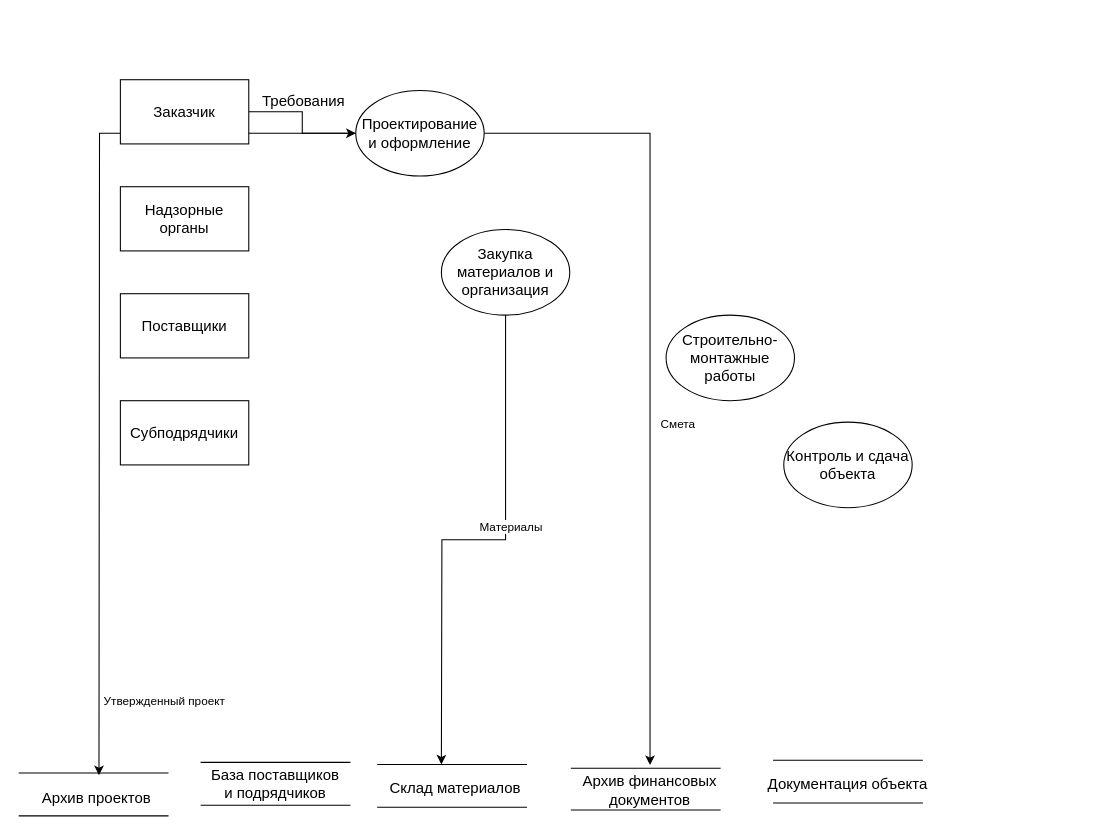
This is mbp22_1.drawio from v-tempe/draw.io, a draw.io file, before an edit. Source tidied: cells renumbered, new cells numbered last; positions are measured from the earlier drawing's top-left corner, leaving out a move shared by most shapes. Both pictures are drawn from the tidied source at 107%, with x=0, y=0 at pixel (18, 79).
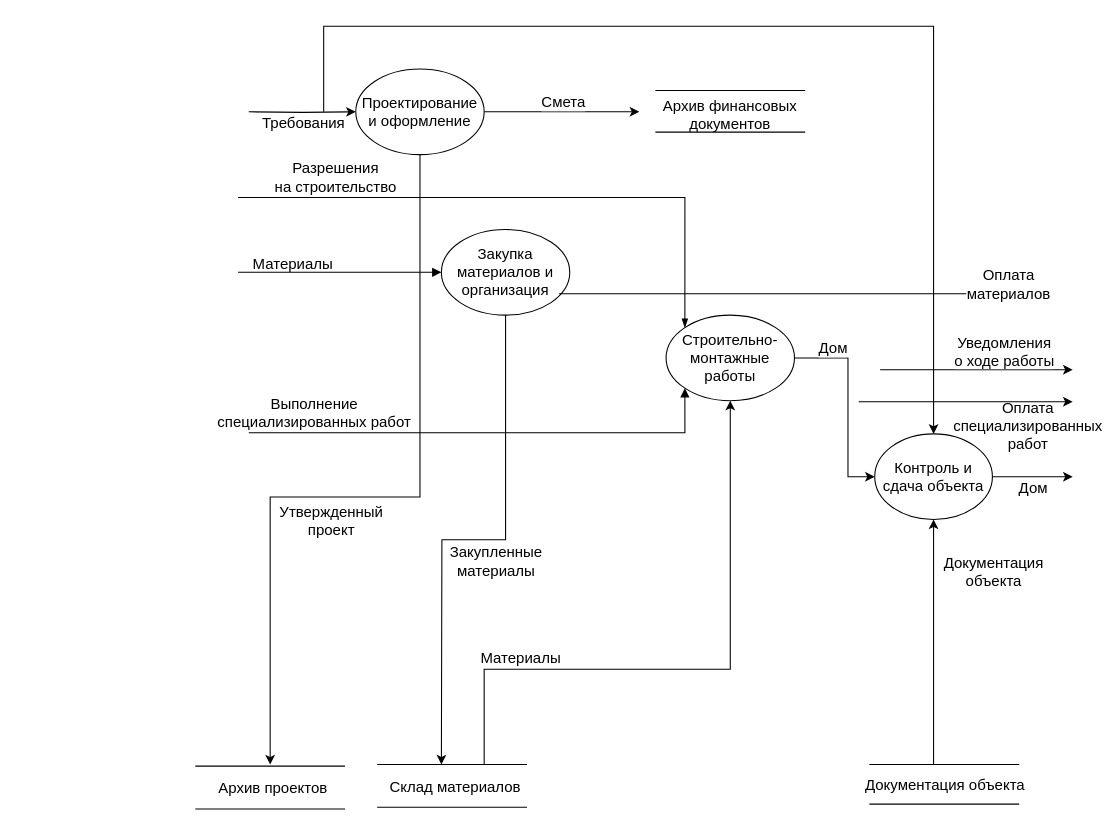
The same page after the edit.

The change refers to these unchanged cells:
```xml
<mxCell id="2" value="Строительно-монтажные работы" style="ellipse;whiteSpace=wrap;html=1;fontSize=14;" parent="1" vertex="1">
  <mxGeometry x="605" y="220" width="120" height="80" as="geometry" />
</mxCell>
<mxCell id="10" value="Закупка материалов и организация" style="ellipse;whiteSpace=wrap;html=1;fontSize=14;" parent="1" vertex="1">
  <mxGeometry x="395" y="140" width="120" height="80" as="geometry" />
</mxCell>
```

Diff of the diagram source:
```diff
@@
+    <mxCell id="33" style="edgeStyle=orthogonalEdgeStyle;rounded=0;jettySize=auto;html=1;exitX=1;exitY=0.5;exitDx=0;exitDy=0;entryX=0;entryY=0.5;entryDx=0;entryDy=0;fontSize=14;" parent="1" edge="1" source="2" target="7">
+      <mxGeometry relative="1" as="geometry">
+        <Array as="points">
+          <mxPoint x="775" y="260" />
+          <mxPoint x="775" y="371" />
+        </Array>
+      </mxGeometry>
+    </mxCell>
+    <mxCell id="34" value="Дом" style="edgeLabel;html=1;align=center;verticalAlign=middle;fontSize=14;" parent="33" vertex="1">
+      <mxGeometry x="-0.62" y="-1" relative="1" as="geometry">
+        <mxPoint y="-11" as="offset" />
+      </mxGeometry>
+    </mxCell>
@@
-    <mxCell id="3" style="edgeStyle=orthogonalEdgeStyle;rounded=0;jettySize=auto;html=1;" parent="1" edge="1" source="6" target="30">
+    <mxCell id="3" style="edgeStyle=orthogonalEdgeStyle;rounded=0;jettySize=auto;html=1;fontSize=14;" parent="1" edge="1" source="6" target="30">
       <mxGeometry relative="1" as="geometry" />
     </mxCell>
-    <mxCell id="4" value="Смета" style="edgeLabel;html=1;align=center;verticalAlign=middle;" parent="3" vertex="1">
-      <mxGeometry x="-0.26" y="-4" relative="1" as="geometry">
-        <mxPoint x="29" y="150" as="offset" />
+    <mxCell id="4" value="Смета" style="edgeLabel;html=1;align=center;verticalAlign=middle;fontSize=14;" parent="3" vertex="1">
+      <mxGeometry y="2" relative="1" as="geometry">
+        <mxPoint y="-8" as="offset" />
       </mxGeometry>
     </mxCell>
-    <mxCell id="5" style="edgeStyle=orthogonalEdgeStyle;rounded=0;jettySize=auto;html=1;" parent="1" edge="1" source="6">
+    <mxCell id="5" style="edgeStyle=orthogonalEdgeStyle;rounded=0;jettySize=auto;html=1;exitX=0.5;exitY=1;exitDx=0;exitDy=0;fontSize=14;" parent="1" edge="1" source="6">
       <mxGeometry relative="1" as="geometry">
-        <mxPoint x="75" y="650" as="targetPoint" />
+        <mxPoint x="235" y="640" as="targetPoint" />
+        <Array as="points">
+          <mxPoint x="375" y="390" />
+          <mxPoint x="235" y="390" />
+        </Array>
       </mxGeometry>
     </mxCell>
     <mxCell id="6" value="Проектирование и оформление" style="ellipse;whiteSpace=wrap;html=1;fontSize=14;" parent="1" vertex="1">
-      <mxGeometry x="315" y="10" width="120" height="80" as="geometry" />
+      <mxGeometry x="315" y="-10" width="120" height="80" as="geometry" />
     </mxCell>
     <mxCell id="7" value="Контроль и сдача объекта" style="ellipse;whiteSpace=wrap;html=1;fontSize=14;" parent="1" vertex="1">
-      <mxGeometry x="715" y="320" width="120" height="80" as="geometry" />
+      <mxGeometry x="800" y="331" width="110" height="80" as="geometry" />
     </mxCell>
-    <mxCell id="8" style="edgeStyle=orthogonalEdgeStyle;rounded=0;jettySize=auto;html=1;" parent="1" edge="1" source="10">
+    <mxCell id="8" style="edgeStyle=orthogonalEdgeStyle;rounded=0;jettySize=auto;html=1;fontSize=14;" parent="1" edge="1" source="10">
       <mxGeometry relative="1" as="geometry">
         <mxPoint x="395" y="640" as="targetPoint" />
       </mxGeometry>
     </mxCell>
-    <mxCell id="9" value="Материалы" style="edgeLabel;html=1;align=center;verticalAlign=middle;" parent="8" vertex="1">
-      <mxGeometry x="-0.18" y="4" relative="1" as="geometry" />
+    <mxCell id="9" value="Закупленные&lt;div&gt;материалы&lt;/div&gt;" style="edgeLabel;html=1;align=center;verticalAlign=middle;fontSize=14;" parent="8" vertex="1">
+      <mxGeometry x="-0.18" y="4" relative="1" as="geometry">
+        <mxPoint x="-14" y="32" as="offset" />
+      </mxGeometry>
     </mxCell>
@@
-    <mxCell id="11" style="edgeStyle=orthogonalEdgeStyle;rounded=0;jettySize=auto;html=1;fontSize=14;" parent="1" edge="1" source="13" target="6">
-      <mxGeometry relative="1" as="geometry" />
+    <mxCell id="11" style="edgeStyle=orthogonalEdgeStyle;rounded=0;jettySize=auto;html=1;fontSize=14;" parent="1" edge="1" target="6">
+      <mxGeometry relative="1" as="geometry">
+        <mxPoint x="215" y="30" as="sourcePoint" />
+      </mxGeometry>
     </mxCell>
     <mxCell id="12" value="Требования" style="edgeLabel;html=1;align=center;verticalAlign=middle;fontSize=14;" parent="11" vertex="1">
       <mxGeometry x="-0.16" y="2" relative="1" as="geometry">
-        <mxPoint x="-2" y="-11" as="offset" />
+        <mxPoint x="8" y="12" as="offset" />
       </mxGeometry>
     </mxCell>
-    <mxCell id="13" value="Заказчик" style="rounded=0;whiteSpace=wrap;html=1;fontSize=14;" parent="1" vertex="1">
-      <mxGeometry x="95" width="120" height="60" as="geometry" />
-    </mxCell>
-    <mxCell id="14" value="Надзорные органы" style="rounded=0;whiteSpace=wrap;html=1;fontSize=14;" parent="1" vertex="1">
-      <mxGeometry x="95" y="100" width="120" height="60" as="geometry" />
-    </mxCell>
-    <mxCell id="15" value="Поставщики" style="rounded=0;whiteSpace=wrap;html=1;fontSize=14;" parent="1" vertex="1">
-      <mxGeometry x="95" y="200" width="120" height="60" as="geometry" />
-    </mxCell>
-    <mxCell id="16" value="Субподрядчики" style="rounded=0;whiteSpace=wrap;html=1;fontSize=14;" parent="1" vertex="1">
-      <mxGeometry x="95" y="300" width="120" height="60" as="geometry" />
-    </mxCell>
     <mxCell id="17" style="endArrow=none;html=1;rounded=0;fontSize=14;" parent="1" edge="1">
       <mxGeometry relative="1" as="geometry">
-        <mxPoint y="688" as="sourcePoint" />
-        <mxPoint x="140" y="688" as="targetPoint" />
+        <mxPoint x="165" y="681.5" as="sourcePoint" />
+        <mxPoint x="305" y="681.5" as="targetPoint" />
       </mxGeometry>
     </mxCell>
     <mxCell id="18" value="Архив проектов" style="text;whiteSpace=wrap;fontSize=14;" parent="1" vertex="1">
-      <mxGeometry x="20" y="656" width="110" height="25" as="geometry" />
+      <mxGeometry x="185" y="646.5" width="110" height="25" as="geometry" />
     </mxCell>
-    <mxCell id="19" style="endArrow=none;html=1;rounded=0;fontSize=14;" parent="1" edge="1">
-      <mxGeometry relative="1" as="geometry">
-        <mxPoint x="170" y="638" as="sourcePoint" />
-        <mxPoint x="310" y="638" as="targetPoint" />
-      </mxGeometry>
-    </mxCell>
-    <mxCell id="20" style="endArrow=none;html=1;rounded=0;fontSize=14;" parent="1" edge="1">
-      <mxGeometry relative="1" as="geometry">
-        <mxPoint x="170" y="678" as="sourcePoint" />
-        <mxPoint x="310" y="678" as="targetPoint" />
-      </mxGeometry>
-    </mxCell>
@@
     <mxCell id="23" style="endArrow=none;html=1;rounded=0;fontSize=14;" parent="1" edge="1">
       <mxGeometry relative="1" as="geometry">
-        <mxPoint x="705" y="636" as="sourcePoint" />
-        <mxPoint x="845" y="636" as="targetPoint" />
+        <mxPoint x="795" y="640" as="sourcePoint" />
+        <mxPoint x="935" y="640" as="targetPoint" />
       </mxGeometry>
     </mxCell>
     <mxCell id="24" style="endArrow=none;html=1;rounded=0;fontSize=14;" parent="1" edge="1">
       <mxGeometry relative="1" as="geometry">
-        <mxPoint x="705" y="676" as="sourcePoint" />
-        <mxPoint x="845" y="676" as="targetPoint" />
+        <mxPoint x="795" y="677" as="sourcePoint" />
+        <mxPoint x="935" y="677" as="targetPoint" />
       </mxGeometry>
     </mxCell>
     <mxCell id="25" style="endArrow=none;html=1;rounded=0;fontSize=14;" parent="1" edge="1">
       <mxGeometry relative="1" as="geometry">
-        <mxPoint x="516" y="643.5" as="sourcePoint" />
-        <mxPoint x="656" y="643.5" as="targetPoint" />
+        <mxPoint x="595" y="10" as="sourcePoint" />
+        <mxPoint x="735" y="10" as="targetPoint" />
       </mxGeometry>
     </mxCell>
     <mxCell id="26" style="endArrow=none;html=1;rounded=0;fontSize=14;" parent="1" edge="1">
       <mxGeometry relative="1" as="geometry">
-        <mxPoint x="516" y="682.5" as="sourcePoint" />
-        <mxPoint x="656" y="682.5" as="targetPoint" />
+        <mxPoint x="595" y="49" as="sourcePoint" />
+        <mxPoint x="735" y="49" as="targetPoint" />
       </mxGeometry>
     </mxCell>
-    <mxCell id="27" value="База поставщиков&#10;и подрядчиков" style="text;whiteSpace=wrap;align=center;fontSize=14;" parent="1" vertex="1">
-      <mxGeometry x="175" y="635" width="130" height="40" as="geometry" />
-    </mxCell>
     <mxCell id="28" style="endArrow=none;html=1;rounded=0;fontSize=14;" parent="1" edge="1">
       <mxGeometry relative="1" as="geometry">
-        <mxPoint y="648" as="sourcePoint" />
-        <mxPoint x="140" y="648" as="targetPoint" />
+        <mxPoint x="165" y="641.5" as="sourcePoint" />
+        <mxPoint x="305" y="641.5" as="targetPoint" />
       </mxGeometry>
     </mxCell>
     <mxCell id="29" value="Склад материалов" style="text;whiteSpace=wrap;fontSize=14;" parent="1" vertex="1">
-      <mxGeometry x="345" y="647" width="130" height="30" as="geometry" />
+      <mxGeometry x="345" y="646" width="130" height="30" as="geometry" />
     </mxCell>
     <mxCell id="30" value="Архив финансовых документов" style="text;whiteSpace=wrap;align=center;fontSize=14;" parent="1" vertex="1">
-      <mxGeometry x="505" y="640.5" width="170" height="40" as="geometry" />
+      <mxGeometry x="580" y="10" width="170" height="40" as="geometry" />
     </mxCell>
     <mxCell id="31" value="Документация объекта" style="text;whiteSpace=wrap;align=center;fontSize=14;" parent="1" vertex="1">
-      <mxGeometry x="695" y="643" width="160" height="30" as="geometry" />
+      <mxGeometry x="786" y="643.5" width="160" height="30" as="geometry" />
     </mxCell>
-    <mxCell id="32" value="Утвержденный проект" style="edgeLabel;html=1;align=center;verticalAlign=middle;" parent="1" vertex="1">
-      <mxGeometry x="135" y="580" as="geometry" />
+    <mxCell id="32" value="Утвержденный&lt;div&gt;проект&lt;/div&gt;" style="edgeLabel;html=1;align=center;verticalAlign=middle;fontSize=14;" parent="1" vertex="1">
+      <mxGeometry x="271" y="410" as="geometry">
+        <mxPoint x="20" y="1" as="offset" />
+      </mxGeometry>
     </mxCell>
+    <mxCell id="35" style="edgeStyle=orthogonalEdgeStyle;rounded=0;jettySize=auto;html=1;entryX=0.5;entryY=1;entryDx=0;entryDy=0;fontSize=14;" parent="1" edge="1" target="2">
+      <mxGeometry relative="1" as="geometry">
+        <mxPoint x="435" y="640.5" as="sourcePoint" />
+        <Array as="points">
+          <mxPoint x="435" y="551" />
+          <mxPoint x="665" y="551" />
+        </Array>
+      </mxGeometry>
+    </mxCell>
+    <mxCell id="36" value="Материалы" style="edgeLabel;html=1;align=center;verticalAlign=middle;fontSize=14;" parent="35" vertex="1">
+      <mxGeometry x="-0.18" y="4" relative="1" as="geometry">
+        <mxPoint x="-111" y="-7" as="offset" />
+      </mxGeometry>
+    </mxCell>
+    <mxCell id="37" style="edgeStyle=orthogonalEdgeStyle;rounded=0;jettySize=auto;html=1;exitX=1;exitY=0.5;exitDx=0;exitDy=0;entryX=0;entryY=1;entryDx=0;entryDy=0;endArrow=block;endFill=1;fontSize=14;" parent="1" edge="1" target="2">
+      <mxGeometry relative="1" as="geometry">
+        <mxPoint x="215" y="330" as="sourcePoint" />
+        <Array as="points">
+          <mxPoint x="623" y="330" />
+        </Array>
+      </mxGeometry>
+    </mxCell>
+    <mxCell id="38" value="Выполнение&lt;div&gt;специализированных работ&lt;/div&gt;" style="edgeLabel;html=1;align=center;verticalAlign=middle;labelBackgroundColor=none;fontSize=14;" parent="37" vertex="1">
+      <mxGeometry x="-0.61" y="-1" relative="1" as="geometry">
+        <mxPoint x="-28" y="-21" as="offset" />
+      </mxGeometry>
+    </mxCell>
+    <mxCell id="39" style="edgeStyle=orthogonalEdgeStyle;rounded=0;jettySize=auto;html=1;exitX=1;exitY=0.5;exitDx=0;exitDy=0;entryX=0;entryY=0;entryDx=0;entryDy=0;endArrow=blockThin;endFill=1;fontSize=14;" parent="1" edge="1" target="2">
+      <mxGeometry relative="1" as="geometry">
+        <mxPoint x="205" y="110" as="sourcePoint" />
+        <Array as="points">
+          <mxPoint x="623" y="110" />
+        </Array>
+      </mxGeometry>
+    </mxCell>
+    <mxCell id="40" value="Разрешения&lt;div&gt;на строительство&lt;/div&gt;" style="edgeLabel;html=1;align=center;verticalAlign=middle;labelBackgroundColor=none;fontSize=14;" parent="39" vertex="1">
+      <mxGeometry x="-0.71" relative="1" as="geometry">
+        <mxPoint x="12" y="-20" as="offset" />
+      </mxGeometry>
+    </mxCell>
+    <mxCell id="41" style="edgeStyle=orthogonalEdgeStyle;rounded=0;jettySize=auto;html=1;entryX=0;entryY=0.5;entryDx=0;entryDy=0;endArrow=block;endFill=1;fontSize=14;" parent="1" edge="1" target="10">
+      <mxGeometry relative="1" as="geometry">
+        <mxPoint x="205" y="180" as="sourcePoint" />
+        <Array as="points">
+          <mxPoint x="215" y="180" />
+        </Array>
+      </mxGeometry>
+    </mxCell>
+    <mxCell id="42" value="Материалы" style="edgeLabel;html=1;align=center;verticalAlign=middle;labelBackgroundColor=none;fontSize=14;" parent="41" vertex="1">
+      <mxGeometry x="-0.47" y="-1" relative="1" as="geometry">
+        <mxPoint y="-10" as="offset" />
+      </mxGeometry>
+    </mxCell>
+    <mxCell id="43" style="endArrow=classic;html=1;rounded=0;entryX=0.5;entryY=0;entryDx=0;entryDy=0;fontSize=14;" parent="1" edge="1" target="7">
+      <mxGeometry relative="1" as="geometry">
+        <mxPoint x="285" y="30" as="sourcePoint" />
+        <Array as="points">
+          <mxPoint x="285" y="-50" />
+          <mxPoint x="855" y="-50" />
+        </Array>
+      </mxGeometry>
+    </mxCell>
+    <mxCell id="44" style="edgeStyle=orthogonalEdgeStyle;rounded=0;jettySize=auto;html=1;exitX=1;exitY=0.5;exitDx=0;exitDy=0;fontSize=14;" parent="1" edge="1" source="7">
+      <mxGeometry relative="1" as="geometry">
+        <mxPoint x="985" y="371" as="targetPoint" />
+        <Array as="points">
+          <mxPoint x="955" y="371" />
+          <mxPoint x="955" y="371" />
+        </Array>
+      </mxGeometry>
+    </mxCell>
+    <mxCell id="45" value="Дом" style="edgeLabel;html=1;align=center;verticalAlign=middle;fontSize=14;" parent="44" vertex="1">
+      <mxGeometry x="0.79" y="4" relative="1" as="geometry">
+        <mxPoint x="-30" y="14" as="offset" />
+      </mxGeometry>
+    </mxCell>
+    <mxCell id="46" style="edgeStyle=orthogonalEdgeStyle;rounded=0;orthogonalLoop=1;jettySize=auto;html=1;exitX=1;exitY=0.5;exitDx=0;exitDy=0;fontSize=14;" parent="1" edge="1">
+      <mxGeometry relative="1" as="geometry">
+        <mxPoint x="805" y="271" as="sourcePoint" />
+        <mxPoint x="985" y="271" as="targetPoint" />
+        <Array as="points">
+          <mxPoint x="845" y="271" />
+          <mxPoint x="845" y="271" />
+        </Array>
+      </mxGeometry>
+    </mxCell>
+    <mxCell id="47" value="Уведомления&lt;div&gt;о ходе работы&lt;/div&gt;" style="edgeLabel;html=1;align=center;verticalAlign=middle;fontSize=14;" parent="46" vertex="1">
+      <mxGeometry x="0.37" y="2" relative="1" as="geometry">
+        <mxPoint x="-8" y="-16" as="offset" />
+      </mxGeometry>
+    </mxCell>
+    <mxCell id="48" style="edgeStyle=orthogonalEdgeStyle;rounded=0;orthogonalLoop=1;jettySize=auto;html=1;exitX=1;exitY=0.5;exitDx=0;exitDy=0;fontSize=14;" parent="1" edge="1">
+      <mxGeometry relative="1" as="geometry">
+        <mxPoint x="505" y="200" as="sourcePoint" />
+        <mxPoint x="905" y="200" as="targetPoint" />
+        <Array as="points">
+          <mxPoint x="595" y="200" />
+        </Array>
+      </mxGeometry>
+    </mxCell>
+    <mxCell id="49" value="Оплата&lt;div&gt;материалов&lt;/div&gt;" style="edgeLabel;html=1;align=center;verticalAlign=middle;fontSize=14;" parent="48" vertex="1">
+      <mxGeometry x="0.24" relative="1" as="geometry">
+        <mxPoint x="171" y="-10" as="offset" />
+      </mxGeometry>
+    </mxCell>
+    <mxCell id="50" style="edgeStyle=orthogonalEdgeStyle;rounded=0;orthogonalLoop=1;jettySize=auto;html=1;fontSize=14;" parent="1" edge="1">
+      <mxGeometry relative="1" as="geometry">
+        <mxPoint x="785" y="301" as="sourcePoint" />
+        <mxPoint x="985" y="301" as="targetPoint" />
+        <Array as="points">
+          <mxPoint x="815" y="301" />
+        </Array>
+      </mxGeometry>
+    </mxCell>
+    <mxCell id="51" value="Оплата&lt;div&gt;&lt;span style=&quot;color: light-dark(rgb(0, 0, 0), rgb(255, 255, 255));&quot;&gt;специализированных&lt;/span&gt;&lt;/div&gt;&lt;div&gt;&lt;span style=&quot;color: light-dark(rgb(0, 0, 0), rgb(255, 255, 255));&quot;&gt;работ&lt;/span&gt;&lt;/div&gt;" style="edgeLabel;html=1;align=center;verticalAlign=middle;labelBackgroundColor=none;fontSize=14;" parent="50" vertex="1">
+      <mxGeometry x="0.45" relative="1" as="geometry">
+        <mxPoint x="12" y="22" as="offset" />
+      </mxGeometry>
+    </mxCell>
+    <mxCell id="52" style="endArrow=classic;html=1;rounded=0;entryX=0.5;entryY=1;entryDx=0;entryDy=0;fontSize=14;" parent="1" edge="1" target="7">
+      <mxGeometry relative="1" as="geometry">
+        <mxPoint x="855" y="640" as="sourcePoint" />
+      </mxGeometry>
+    </mxCell>
+    <mxCell id="53" value="Документация&lt;div&gt;объекта&lt;/div&gt;" style="edgeLabel;html=1;align=center;verticalAlign=middle;fontSize=14;" parent="52" vertex="1">
+      <mxGeometry x="0.7" y="4" relative="1" as="geometry">
+        <mxPoint x="59" y="14" as="offset" />
+      </mxGeometry>
+    </mxCell>
```
